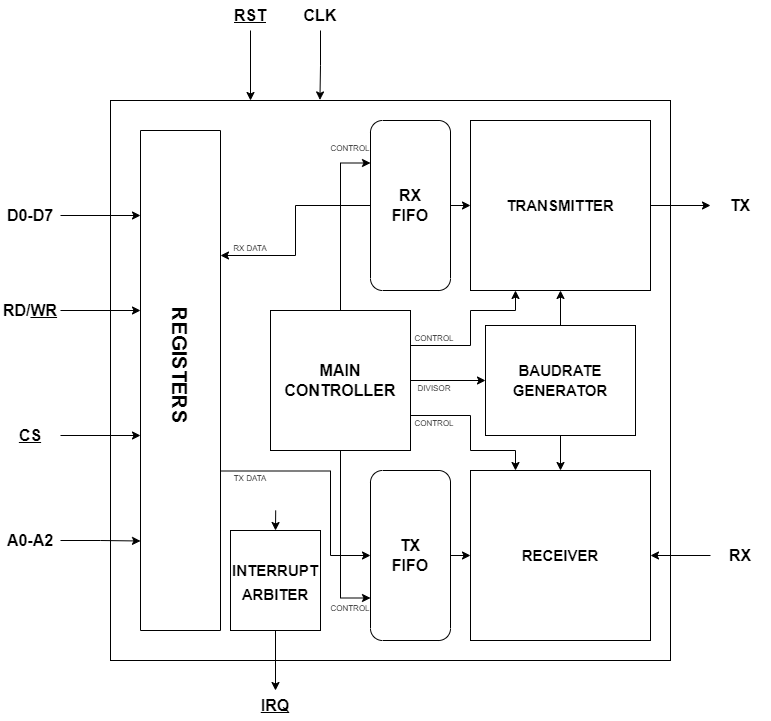
The draw.io diagram Images/BlockDiagram.png in GabbedT/UART-Controller, before a commit. Source tidied: cells renumbered, new cells last; positions are measured from the earlier drawing's top-left corner, leaving out a move shared by most shapes.
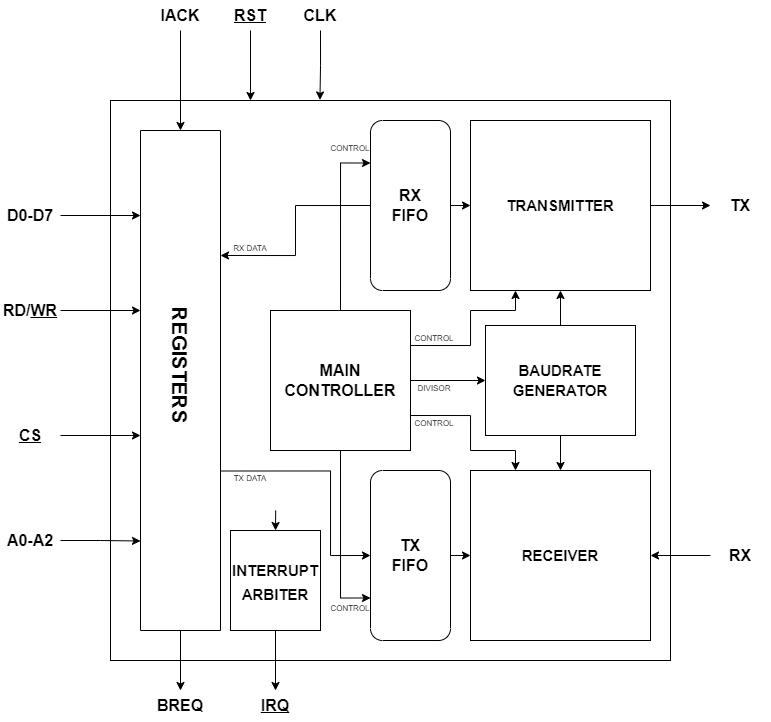
Above is the later version.

Diff of the diagram source:
```diff
@@ -191,5 +191,21 @@
     <mxCell id="55" value="&lt;b&gt;&lt;u&gt;CS&lt;/u&gt;&lt;/b&gt;" style="text;html=1;strokeColor=none;fillColor=none;align=center;verticalAlign=middle;whiteSpace=wrap;rounded=0;fontSize=16;" parent="1" vertex="1">
       <mxGeometry y="420" width="60" height="30" as="geometry" />
     </mxCell>
+    <mxCell id="56" style="edgeStyle=orthogonalEdgeStyle;rounded=0;jettySize=auto;html=1;entryX=0;entryY=0.5;entryDx=0;entryDy=0;fontSize=16;" parent="1" edge="1" target="29">
+      <mxGeometry relative="1" as="geometry">
+        <mxPoint x="180" y="30" as="sourcePoint" />
+      </mxGeometry>
+    </mxCell>
+    <mxCell id="57" value="&lt;b style=&quot;&quot;&gt;IACK&lt;/b&gt;" style="text;html=1;strokeColor=none;fillColor=none;align=center;verticalAlign=middle;whiteSpace=wrap;rounded=0;fontSize=16;" parent="1" vertex="1">
+      <mxGeometry x="150" width="60" height="30" as="geometry" />
+    </mxCell>
+    <mxCell id="58" style="edgeStyle=orthogonalEdgeStyle;rounded=0;jettySize=auto;html=1;exitX=1;exitY=0.5;exitDx=0;exitDy=0;fontSize=6;" parent="1" edge="1" source="29">
+      <mxGeometry relative="1" as="geometry">
+        <mxPoint x="180" y="690" as="targetPoint" />
+      </mxGeometry>
+    </mxCell>
+    <mxCell id="59" value="&lt;font style=&quot;font-size: 16px;&quot;&gt;&lt;b style=&quot;&quot;&gt;BREQ&lt;/b&gt;&lt;/font&gt;" style="text;html=1;strokeColor=none;fillColor=none;align=center;verticalAlign=middle;whiteSpace=wrap;rounded=0;fontSize=6;" parent="1" vertex="1">
+      <mxGeometry x="150" y="690" width="60" height="30" as="geometry" />
+    </mxCell>
   </root>
 </mxGraphModel>
```
